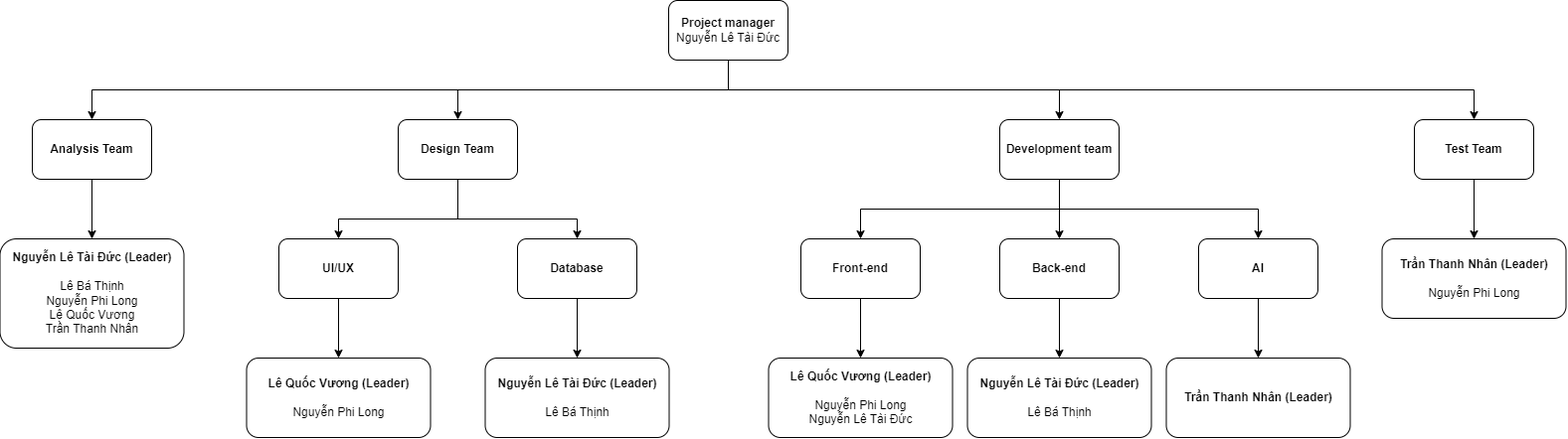
Earlier version of the draw.io export doc/Other/ProjectOrganization.drawio.png (Carl-Johnsons/tastopia). Source tidied: cells renumbered, new cells last; positions are measured from the earlier drawing's top-left corner, leaving out a move shared by most shapes. The source it was exported from:
```xml
<mxGraphModel>
  <root>
    <mxCell id="0" />
    <mxCell id="1" parent="0" />
    <mxCell id="2" value="&lt;b&gt;Project manager&lt;/b&gt;&lt;div&gt;Nguyễn Lê Tài Đức&lt;/div&gt;" style="rounded=1;whiteSpace=wrap;html=1;" parent="1" vertex="1">
      <mxGeometry x="672" width="120" height="60" as="geometry" />
    </mxCell>
    <mxCell id="3" value="&lt;div&gt;&lt;b&gt;Analysis Team&lt;/b&gt;&lt;/div&gt;" style="rounded=1;whiteSpace=wrap;html=1;" parent="1" vertex="1">
      <mxGeometry x="32" y="120" width="120" height="60" as="geometry" />
    </mxCell>
    <mxCell id="4" value="&lt;div&gt;&lt;b&gt;Nguyễn Lê Tài Đức (Leader)&lt;/b&gt;&lt;/div&gt;&lt;div&gt;&lt;br&gt;&lt;/div&gt;&lt;div&gt;Lê Bá Thịnh&lt;/div&gt;&lt;div&gt;Nguyễn Phi Long&lt;/div&gt;&lt;div&gt;Lê Quốc Vương&lt;/div&gt;&lt;div&gt;Trần Thanh Nhân&lt;/div&gt;" style="rounded=1;whiteSpace=wrap;html=1;" parent="1" vertex="1">
      <mxGeometry x="-0.5" y="240" width="185" height="110" as="geometry" />
    </mxCell>
    <mxCell id="5" value="&lt;div&gt;&lt;b&gt;Design Team&lt;/b&gt;&lt;/div&gt;" style="rounded=1;whiteSpace=wrap;html=1;" parent="1" vertex="1">
      <mxGeometry x="400" y="120" width="120" height="60" as="geometry" />
    </mxCell>
    <mxCell id="6" value="&lt;div&gt;&lt;b&gt;Lê Quốc Vương (Leader)&lt;/b&gt;&lt;/div&gt;&lt;div&gt;&lt;br&gt;&lt;/div&gt;&lt;div&gt;Nguyễn Phi Long&lt;/div&gt;" style="rounded=1;whiteSpace=wrap;html=1;" parent="1" vertex="1">
      <mxGeometry x="247.5" y="360" width="185" height="80" as="geometry" />
    </mxCell>
    <mxCell id="7" value="&lt;div&gt;&lt;b&gt;Nguyễn Lê Tài Đức (Leader)&lt;/b&gt;&lt;/div&gt;&lt;div&gt;&lt;br&gt;&lt;/div&gt;&lt;div&gt;Lê Bá Thịnh&lt;/div&gt;" style="rounded=1;whiteSpace=wrap;html=1;" parent="1" vertex="1">
      <mxGeometry x="487.5" y="360" width="185" height="80" as="geometry" />
    </mxCell>
    <mxCell id="8" value="&lt;div&gt;&lt;b&gt;UI/UX&lt;/b&gt;&lt;/div&gt;" style="rounded=1;whiteSpace=wrap;html=1;" parent="1" vertex="1">
      <mxGeometry x="280" y="240" width="120" height="60" as="geometry" />
    </mxCell>
    <mxCell id="9" value="&lt;div&gt;&lt;b&gt;Database&lt;/b&gt;&lt;/div&gt;" style="rounded=1;whiteSpace=wrap;html=1;" parent="1" vertex="1">
      <mxGeometry x="520" y="240" width="120" height="60" as="geometry" />
    </mxCell>
    <mxCell id="10" value="&lt;div&gt;&lt;b&gt;Development team&lt;/b&gt;&lt;/div&gt;" style="rounded=1;whiteSpace=wrap;html=1;" parent="1" vertex="1">
      <mxGeometry x="1005" y="120" width="120" height="60" as="geometry" />
    </mxCell>
    <mxCell id="11" value="&lt;div&gt;&lt;b&gt;Front-end&lt;/b&gt;&lt;/div&gt;" style="rounded=1;whiteSpace=wrap;html=1;" parent="1" vertex="1">
      <mxGeometry x="805" y="240" width="120" height="60" as="geometry" />
    </mxCell>
    <mxCell id="12" value="&lt;div&gt;&lt;b&gt;Back-end&lt;/b&gt;&lt;/div&gt;" style="rounded=1;whiteSpace=wrap;html=1;" parent="1" vertex="1">
      <mxGeometry x="1005" y="240" width="120" height="60" as="geometry" />
    </mxCell>
    <mxCell id="13" value="&lt;div&gt;&lt;b&gt;AI&lt;/b&gt;&lt;/div&gt;" style="rounded=1;whiteSpace=wrap;html=1;" parent="1" vertex="1">
      <mxGeometry x="1205" y="240" width="120" height="60" as="geometry" />
    </mxCell>
    <mxCell id="14" value="&lt;div&gt;&lt;b&gt;Lê Quốc Vương (Leader)&lt;/b&gt;&lt;/div&gt;&lt;div&gt;&lt;br&gt;&lt;/div&gt;&lt;div&gt;Nguyễn Phi Long&lt;/div&gt;&lt;div&gt;Nguyễn Lê Tài Đức&lt;/div&gt;" style="rounded=1;whiteSpace=wrap;html=1;" parent="1" vertex="1">
      <mxGeometry x="772.5" y="360" width="185" height="80" as="geometry" />
    </mxCell>
    <mxCell id="15" value="&lt;div&gt;&lt;b&gt;Nguyễn Lê Tài Đức (Leader)&lt;/b&gt;&lt;/div&gt;&lt;div&gt;&lt;br&gt;&lt;/div&gt;&lt;div&gt;Lê Bá Thịnh&lt;/div&gt;" style="rounded=1;whiteSpace=wrap;html=1;" parent="1" vertex="1">
      <mxGeometry x="972.5" y="360" width="185" height="80" as="geometry" />
    </mxCell>
    <mxCell id="16" value="&lt;div&gt;&lt;b&gt;Trần Thanh Nhân (Leader)&lt;/b&gt;&lt;/div&gt;" style="rounded=1;whiteSpace=wrap;html=1;" parent="1" vertex="1">
      <mxGeometry x="1172.5" y="360" width="185" height="80" as="geometry" />
    </mxCell>
    <mxCell id="17" value="&lt;div&gt;&lt;b&gt;Test Team&lt;/b&gt;&lt;/div&gt;" style="rounded=1;whiteSpace=wrap;html=1;" parent="1" vertex="1">
      <mxGeometry x="1422" y="120" width="120" height="60" as="geometry" />
    </mxCell>
    <mxCell id="18" value="&lt;div&gt;&lt;b&gt;Trần Thanh Nhân (Leader)&lt;/b&gt;&lt;/div&gt;&lt;div&gt;&lt;b&gt;&lt;br&gt;&lt;/b&gt;&lt;/div&gt;&lt;div&gt;Nguyễn Phi Long&lt;/div&gt;" style="rounded=1;whiteSpace=wrap;html=1;" parent="1" vertex="1">
      <mxGeometry x="1389.5" y="240" width="185" height="80" as="geometry" />
    </mxCell>
    <mxCell id="19" style="endArrow=none;html=1;rounded=0;entryX=0.5;entryY=1;entryDx=0;entryDy=0;" parent="1" edge="1" target="2">
      <mxGeometry relative="1" as="geometry">
        <mxPoint x="732" y="90" as="sourcePoint" />
      </mxGeometry>
    </mxCell>
    <mxCell id="20" style="endArrow=none;html=1;rounded=0;" parent="1" edge="1">
      <mxGeometry relative="1" as="geometry">
        <mxPoint x="92" y="90" as="sourcePoint" />
        <mxPoint x="1482" y="90" as="targetPoint" />
      </mxGeometry>
    </mxCell>
    <mxCell id="21" style="endArrow=classic;html=1;rounded=0;entryX=0.5;entryY=0;entryDx=0;entryDy=0;" parent="1" edge="1" target="17">
      <mxGeometry relative="1" as="geometry">
        <mxPoint x="1482" y="90" as="sourcePoint" />
      </mxGeometry>
    </mxCell>
    <mxCell id="22" style="endArrow=classic;html=1;rounded=0;entryX=0.5;entryY=0;entryDx=0;entryDy=0;" parent="1" edge="1" target="10">
      <mxGeometry relative="1" as="geometry">
        <mxPoint x="1065" y="90" as="sourcePoint" />
      </mxGeometry>
    </mxCell>
    <mxCell id="23" style="endArrow=classic;html=1;rounded=0;entryX=0.5;entryY=0;entryDx=0;entryDy=0;" parent="1" edge="1" target="5">
      <mxGeometry relative="1" as="geometry">
        <mxPoint x="460" y="90" as="sourcePoint" />
      </mxGeometry>
    </mxCell>
    <mxCell id="24" style="endArrow=classic;html=1;rounded=0;entryX=0.5;entryY=0;entryDx=0;entryDy=0;" parent="1" edge="1" target="3">
      <mxGeometry relative="1" as="geometry">
        <mxPoint x="92" y="90" as="sourcePoint" />
      </mxGeometry>
    </mxCell>
    <mxCell id="25" style="endArrow=classic;html=1;rounded=0;exitX=0.5;exitY=1;exitDx=0;exitDy=0;entryX=0.5;entryY=0;entryDx=0;entryDy=0;" parent="1" edge="1" source="3" target="4">
      <mxGeometry relative="1" as="geometry" />
    </mxCell>
    <mxCell id="26" style="endArrow=classic;html=1;rounded=0;entryX=0.5;entryY=0;entryDx=0;entryDy=0;exitX=0.5;exitY=1;exitDx=0;exitDy=0;" parent="1" edge="1" source="5" target="8">
      <mxGeometry relative="1" as="geometry">
        <Array as="points">
          <mxPoint x="460" y="220" />
          <mxPoint x="340" y="220" />
        </Array>
      </mxGeometry>
    </mxCell>
    <mxCell id="27" style="endArrow=classic;html=1;rounded=0;exitX=0.5;exitY=1;exitDx=0;exitDy=0;" parent="1" edge="1" source="5">
      <mxGeometry relative="1" as="geometry">
        <mxPoint x="580" y="240" as="targetPoint" />
        <Array as="points">
          <mxPoint x="460" y="220" />
          <mxPoint x="580" y="220" />
        </Array>
      </mxGeometry>
    </mxCell>
    <mxCell id="28" style="endArrow=classic;html=1;rounded=0;entryX=0.5;entryY=0;entryDx=0;entryDy=0;exitX=0.5;exitY=1;exitDx=0;exitDy=0;" parent="1" edge="1" source="8" target="6">
      <mxGeometry relative="1" as="geometry" />
    </mxCell>
    <mxCell id="29" style="endArrow=classic;html=1;rounded=0;entryX=0.5;entryY=0;entryDx=0;entryDy=0;exitX=0.5;exitY=1;exitDx=0;exitDy=0;" parent="1" edge="1" source="9" target="7">
      <mxGeometry relative="1" as="geometry" />
    </mxCell>
    <mxCell id="30" style="endArrow=classic;html=1;rounded=0;entryX=0.5;entryY=0;entryDx=0;entryDy=0;exitX=0.5;exitY=1;exitDx=0;exitDy=0;" parent="1" edge="1" source="10" target="11">
      <mxGeometry relative="1" as="geometry">
        <Array as="points">
          <mxPoint x="1065" y="210" />
          <mxPoint x="865" y="210" />
        </Array>
      </mxGeometry>
    </mxCell>
    <mxCell id="31" style="endArrow=classic;html=1;rounded=0;entryX=0.5;entryY=0;entryDx=0;entryDy=0;exitX=0.5;exitY=1;exitDx=0;exitDy=0;" parent="1" edge="1" source="10" target="13">
      <mxGeometry relative="1" as="geometry">
        <Array as="points">
          <mxPoint x="1065" y="210" />
          <mxPoint x="1265" y="210" />
        </Array>
      </mxGeometry>
    </mxCell>
    <mxCell id="32" style="endArrow=classic;html=1;rounded=0;entryX=0.5;entryY=0;entryDx=0;entryDy=0;exitX=0.5;exitY=1;exitDx=0;exitDy=0;" parent="1" edge="1" source="10" target="12">
      <mxGeometry relative="1" as="geometry" />
    </mxCell>
    <mxCell id="33" style="endArrow=classic;html=1;rounded=0;entryX=0.5;entryY=0;entryDx=0;entryDy=0;exitX=0.5;exitY=1;exitDx=0;exitDy=0;" parent="1" edge="1" source="11" target="14">
      <mxGeometry relative="1" as="geometry" />
    </mxCell>
    <mxCell id="34" style="endArrow=classic;html=1;rounded=0;exitX=0.5;exitY=1;exitDx=0;exitDy=0;" parent="1" edge="1" source="12">
      <mxGeometry relative="1" as="geometry">
        <mxPoint x="1065" y="360" as="targetPoint" />
      </mxGeometry>
    </mxCell>
    <mxCell id="35" style="endArrow=classic;html=1;rounded=0;exitX=0.5;exitY=1;exitDx=0;exitDy=0;" parent="1" edge="1" source="13">
      <mxGeometry relative="1" as="geometry">
        <mxPoint x="1265" y="360" as="targetPoint" />
      </mxGeometry>
    </mxCell>
    <mxCell id="36" style="endArrow=classic;html=1;rounded=0;entryX=0.5;entryY=0;entryDx=0;entryDy=0;exitX=0.5;exitY=1;exitDx=0;exitDy=0;" parent="1" edge="1" source="17" target="18">
      <mxGeometry relative="1" as="geometry" />
    </mxCell>
  </root>
</mxGraphModel>
```
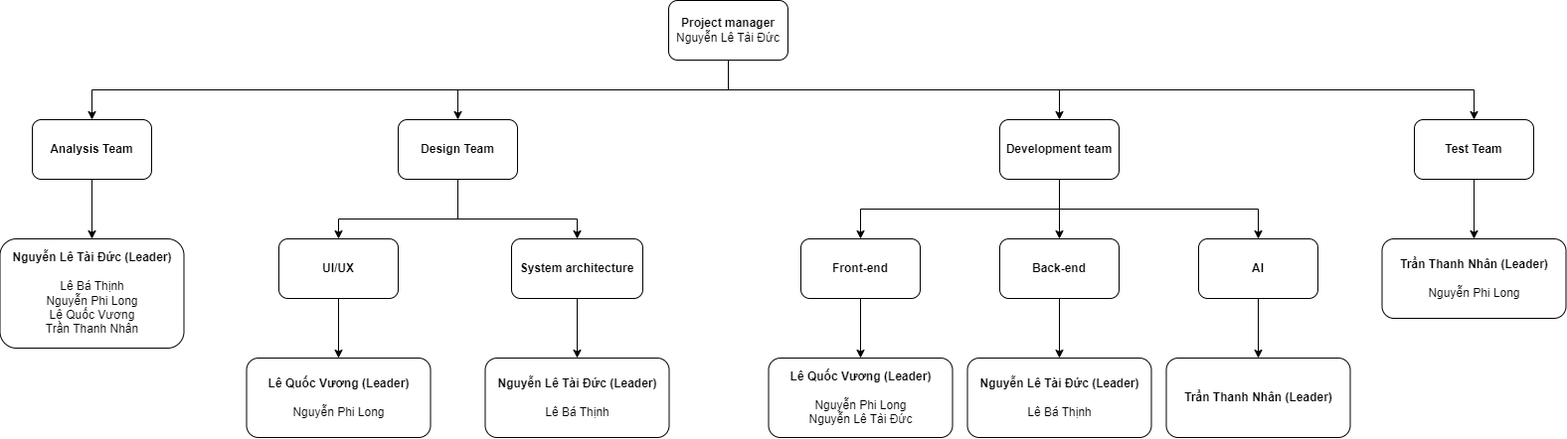
The same file after the commit.

Change to the diagram source:
```diff
@@ -23,8 +23,8 @@
     <mxCell id="8" value="&lt;div&gt;&lt;b&gt;UI/UX&lt;/b&gt;&lt;/div&gt;" style="rounded=1;whiteSpace=wrap;html=1;" parent="1" vertex="1">
       <mxGeometry x="280" y="240" width="120" height="60" as="geometry" />
     </mxCell>
-    <mxCell id="9" value="&lt;div&gt;&lt;b&gt;Database&lt;/b&gt;&lt;/div&gt;" style="rounded=1;whiteSpace=wrap;html=1;" parent="1" vertex="1">
-      <mxGeometry x="520" y="240" width="120" height="60" as="geometry" />
+    <mxCell id="9" value="&lt;b&gt;System&amp;nbsp;architecture&lt;/b&gt;" style="rounded=1;whiteSpace=wrap;html=1;" parent="1" vertex="1">
+      <mxGeometry x="514" y="240" width="132" height="60" as="geometry" />
     </mxCell>
     <mxCell id="10" value="&lt;div&gt;&lt;b&gt;Development team&lt;/b&gt;&lt;/div&gt;" style="rounded=1;whiteSpace=wrap;html=1;" parent="1" vertex="1">
       <mxGeometry x="1005" y="120" width="120" height="60" as="geometry" />
```
